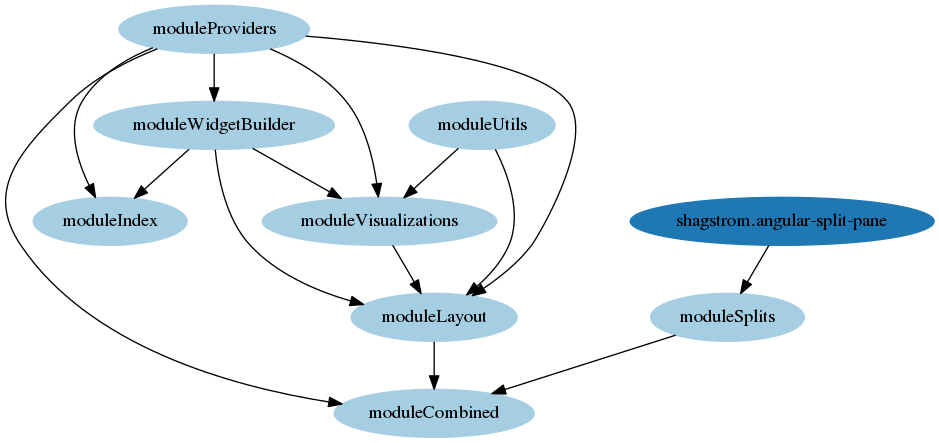
The Graphviz diagram architecture/png/modules.png in nevesnunes/MultiViz, before a commit. Its source is kept beside it as architecture/dot/modules.dot.
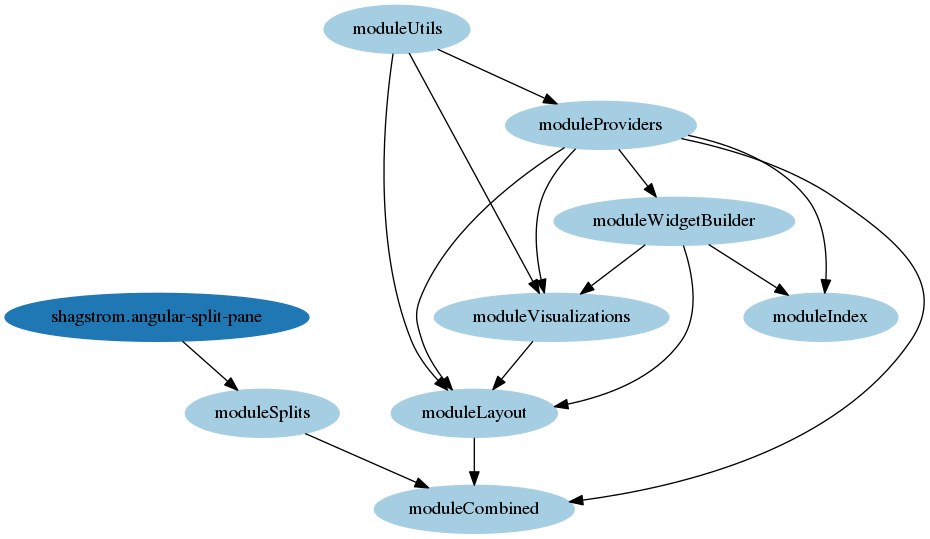
After the change.

Diff of the diagram source:
```diff
@@ -29,6 +29,8 @@
       "moduleWidgetBuilder" -> "moduleVisualizations"
 
 
+
+      "moduleUtils" -> "moduleProviders"
 
 
 
```
